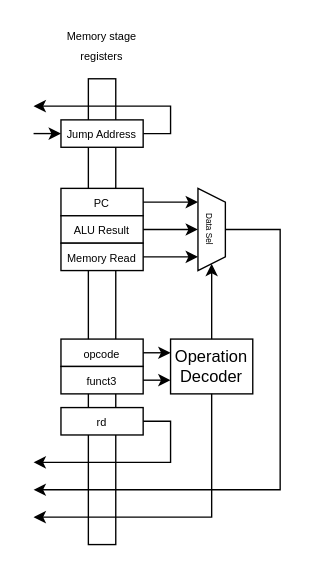
Before: page "Writeback stage" (6 of 6) of docs/imgs/microarchitecture/multi-cycle_datapath.drawio in WachirawichN/C0-CPU, a draw.io diagram. Source tidied: cells renumbered, new cells numbered last; positions are measured from the earlier drawing's top-left corner, leaving out a move shared by most shapes. Both pictures are drawn from the tidied source at 137%, with x=0, y=0 at pixel (33, 23).
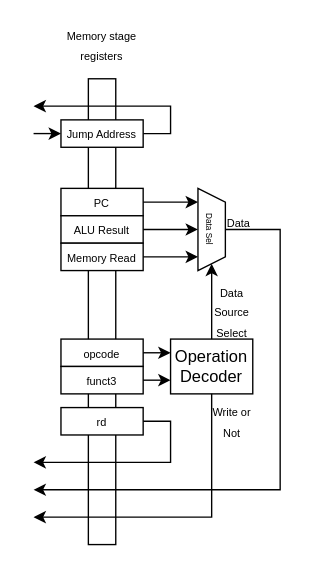
The same diagram, later.

Change to the diagram source:
```diff
@@
+    <mxCell id="25" value="&lt;font style=&quot;font-size: 8px;&quot;&gt;Data&lt;/font&gt;" style="text;html=1;whiteSpace=wrap;strokeColor=none;fillColor=none;align=center;verticalAlign=middle;rounded=0;" parent="1" vertex="1">
+      <mxGeometry x="140" y="140" width="20" height="10" as="geometry" />
+    </mxCell>
+    <mxCell id="26" value="&lt;font style=&quot;font-size: 8px;&quot;&gt;Data Source Select&lt;/font&gt;" style="text;html=1;whiteSpace=wrap;strokeColor=none;fillColor=none;align=center;verticalAlign=middle;rounded=0;" parent="1" vertex="1">
+      <mxGeometry x="130" y="190" width="30" height="40" as="geometry" />
+    </mxCell>
+    <mxCell id="27" value="&lt;font style=&quot;font-size: 8px;&quot;&gt;Write or Not&lt;/font&gt;" style="text;html=1;whiteSpace=wrap;strokeColor=none;fillColor=none;align=center;verticalAlign=middle;rounded=0;" parent="1" vertex="1">
+      <mxGeometry x="130" y="270" width="30" height="40" as="geometry" />
+    </mxCell>
```
